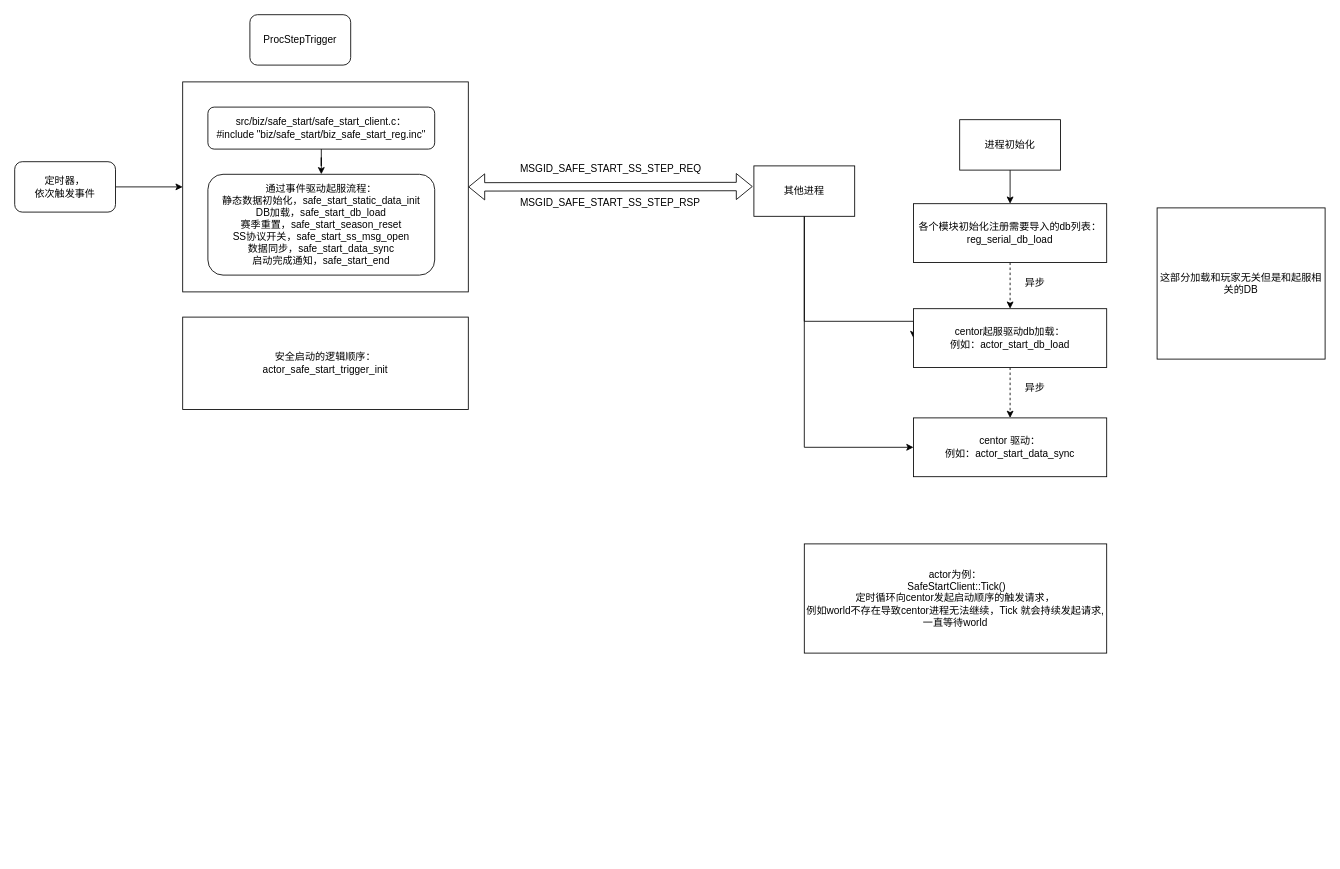
Above: 起服与登录.drawio in junpfeng/UE (draw.io), before the change. Source tidied: cells renumbered, new cells numbered last; positions are measured from the earlier drawing's top-left corner, leaving out a move shared by most shapes. Both pictures are drawn from the tidied source at 84%, with x=0, y=0 at pixel (14, 14).
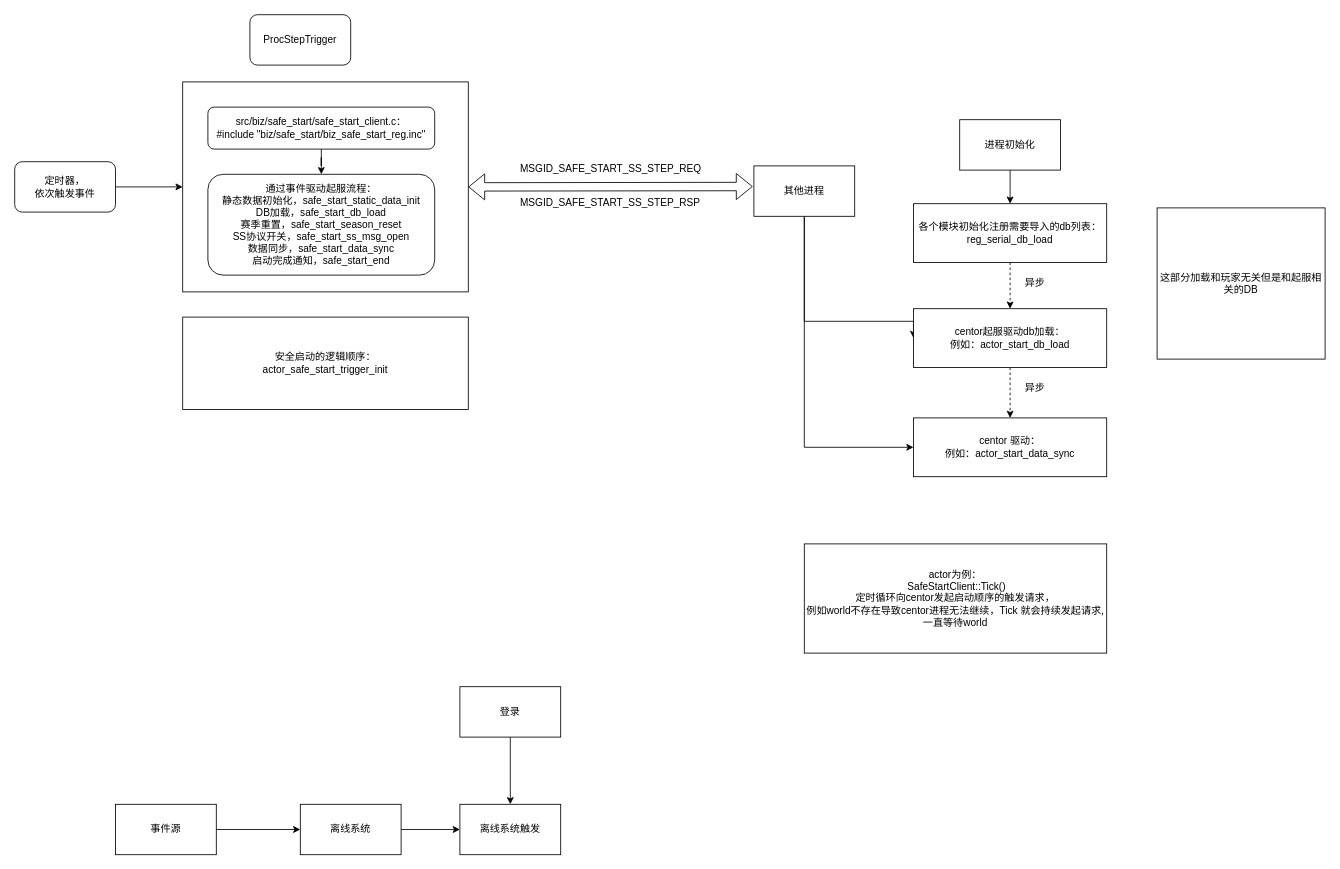
The same diagram, later.

Commit message:
更新起服与登录.drawio

Diff of the diagram source:
```diff
@@
+    <mxCell id="27" style="edgeStyle=orthogonalEdgeStyle;rounded=0;jettySize=auto;html=1;" parent="1" edge="1" source="28" target="30">
+      <mxGeometry relative="1" as="geometry" />
+    </mxCell>
+    <mxCell id="28" value="事件源" style="rounded=0;whiteSpace=wrap;html=1;" parent="1" vertex="1">
+      <mxGeometry x="120" y="940" width="120" height="60" as="geometry" />
+    </mxCell>
+    <mxCell id="29" style="edgeStyle=orthogonalEdgeStyle;rounded=0;jettySize=auto;html=1;" parent="1" edge="1" source="30" target="33">
+      <mxGeometry relative="1" as="geometry" />
+    </mxCell>
+    <mxCell id="30" value="离线系统" style="rounded=0;whiteSpace=wrap;html=1;" parent="1" vertex="1">
+      <mxGeometry x="340" y="940" width="120" height="60" as="geometry" />
+    </mxCell>
+    <mxCell id="31" style="edgeStyle=orthogonalEdgeStyle;rounded=0;jettySize=auto;html=1;" parent="1" edge="1" source="32" target="33">
+      <mxGeometry relative="1" as="geometry" />
+    </mxCell>
+    <mxCell id="32" value="登录" style="rounded=0;whiteSpace=wrap;html=1;" parent="1" vertex="1">
+      <mxGeometry x="530" y="800" width="120" height="60" as="geometry" />
+    </mxCell>
+    <mxCell id="33" value="离线系统触发" style="rounded=0;whiteSpace=wrap;html=1;" parent="1" vertex="1">
+      <mxGeometry x="530" y="940" width="120" height="60" as="geometry" />
+    </mxCell>
```
